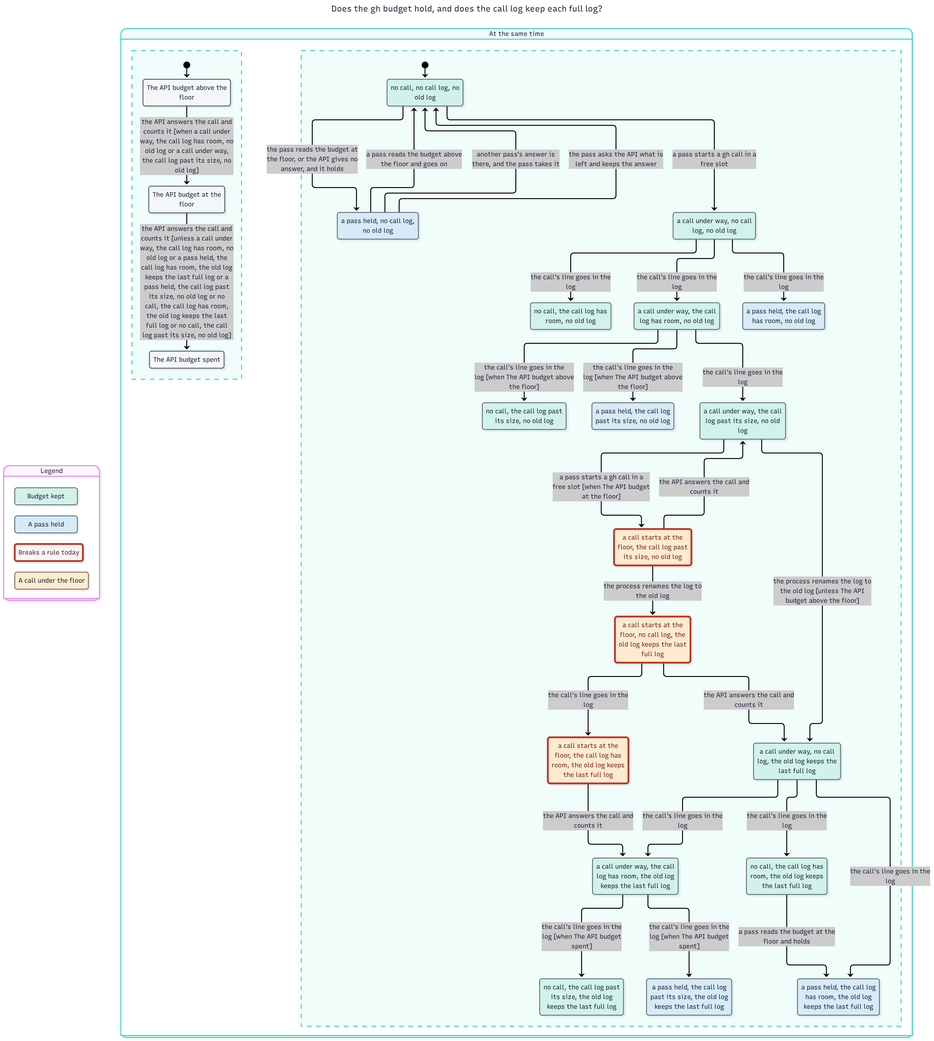
The Mermaid diagram features/jsettings/spec/GhBudget-statechart/chart.png in JoshuaHayesWasHere/jstack, before a commit. Its source is kept beside it as features/jsettings/spec/GhBudget-statechart/chart.mmd.
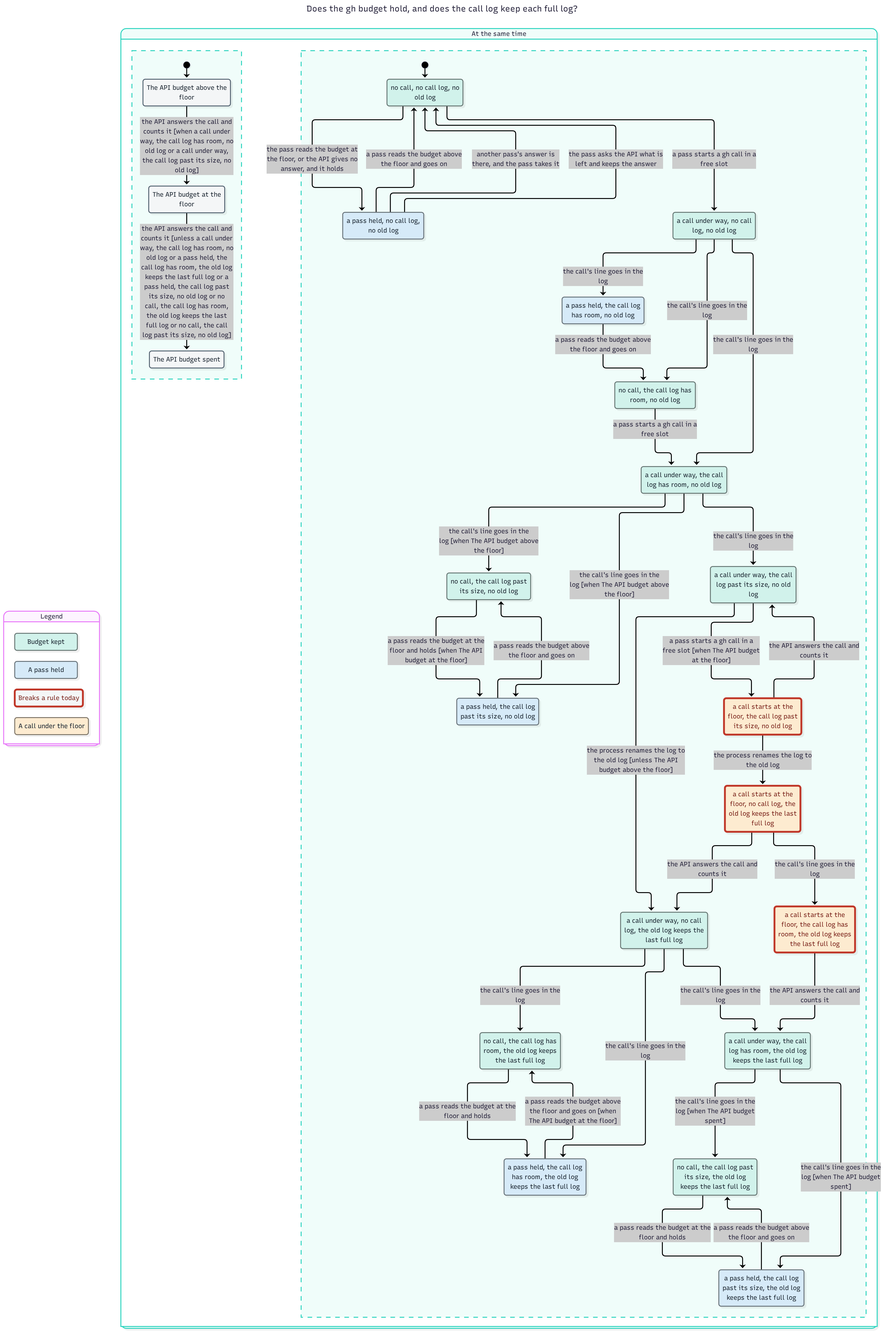
The same diagram one commit later.

Commit message:
docs(jsettings): GhBudget's chart is drawn again with a way out of each state, as #1702 draws every chart

The edit, as a diff of the source:
```diff
@@ -70,9 +70,16 @@
     r1s8 --> r1s13 : a pass reads the budget above<br/>the floor and goes on
     r1s8 --> r1s13 : another pass's answer is<br/>there, and the pass takes it
     r1s8 --> r1s13 : the pass asks the API what is<br/>left and keeps the answer
+    r1s9 --> r1s14 : a pass reads the budget above<br/>the floor and goes on
+    r1s10 --> r1s15 : a pass reads the budget above<br/>the floor and goes on [when<br/>The API budget at the floor]
+    r1s11 --> r1s16 : a pass reads the budget above<br/>the floor and goes on
+    r1s12 --> r1s17 : a pass reads the budget above<br/>the floor and goes on
     r1s13 --> r1s3 : a pass starts a gh call in a<br/>free slot
     r1s13 --> r1s8 : the pass reads the budget at<br/>the floor, or the API gives no<br/>answer, and it holds
+    r1s14 --> r1s5 : a pass starts a gh call in a<br/>free slot
     r1s15 --> r1s10 : a pass reads the budget at the<br/>floor and holds
+    r1s16 --> r1s11 : a pass reads the budget at the<br/>floor and holds [when The API<br/>budget at the floor]
+    r1s17 --> r1s12 : a pass reads the budget at the<br/>floor and holds
   }
   class r0s0 plain
   class r0s1 plain
```
